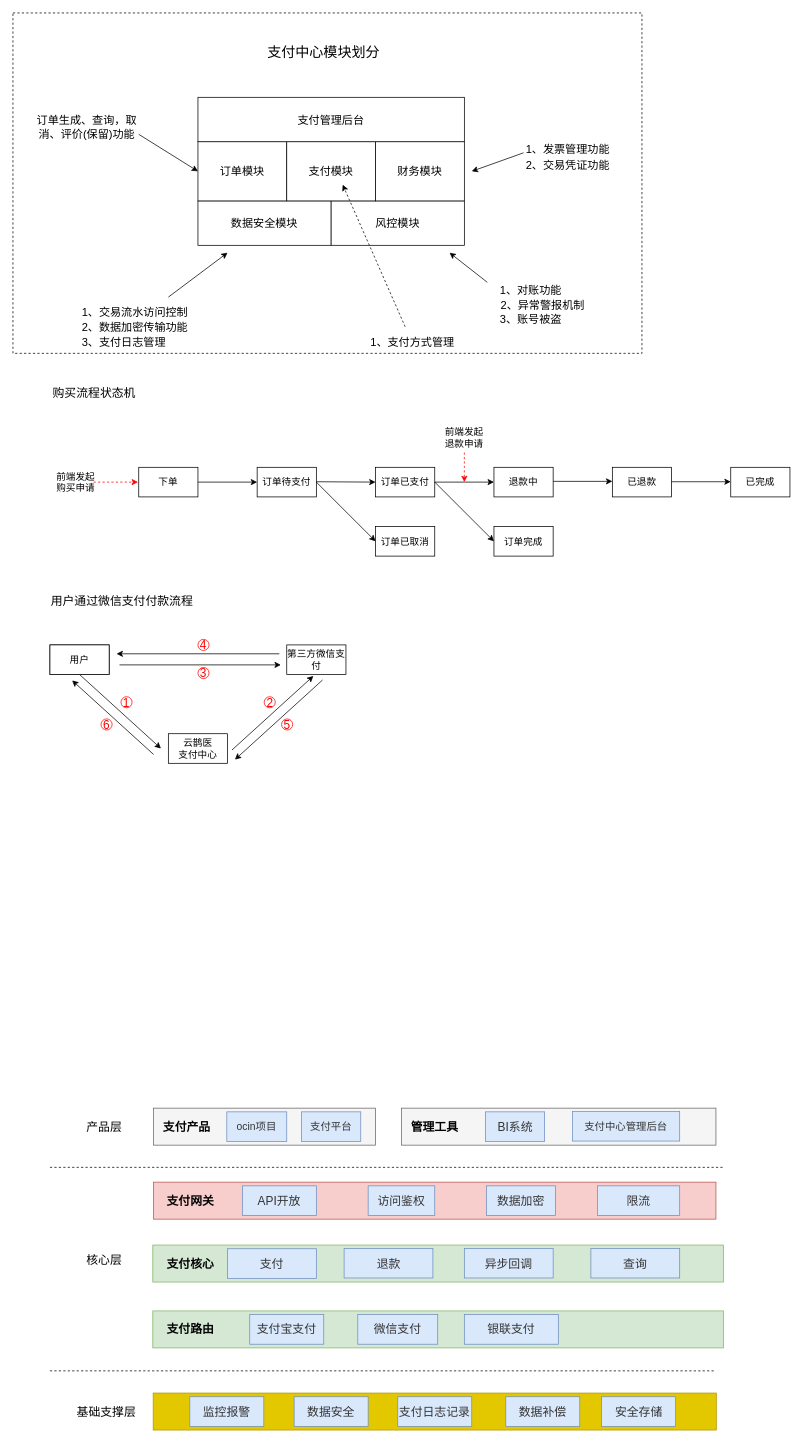
Earlier version of the draw.io diagram 支付中心.drawio (chenrushui/draw). Source tidied: cells renumbered, new cells numbered last; positions are measured from the earlier drawing's top-left corner, leaving out a move shared by most shapes. Both pictures are drawn from the tidied source at 74%, with x=0, y=0 at pixel (13, 13).
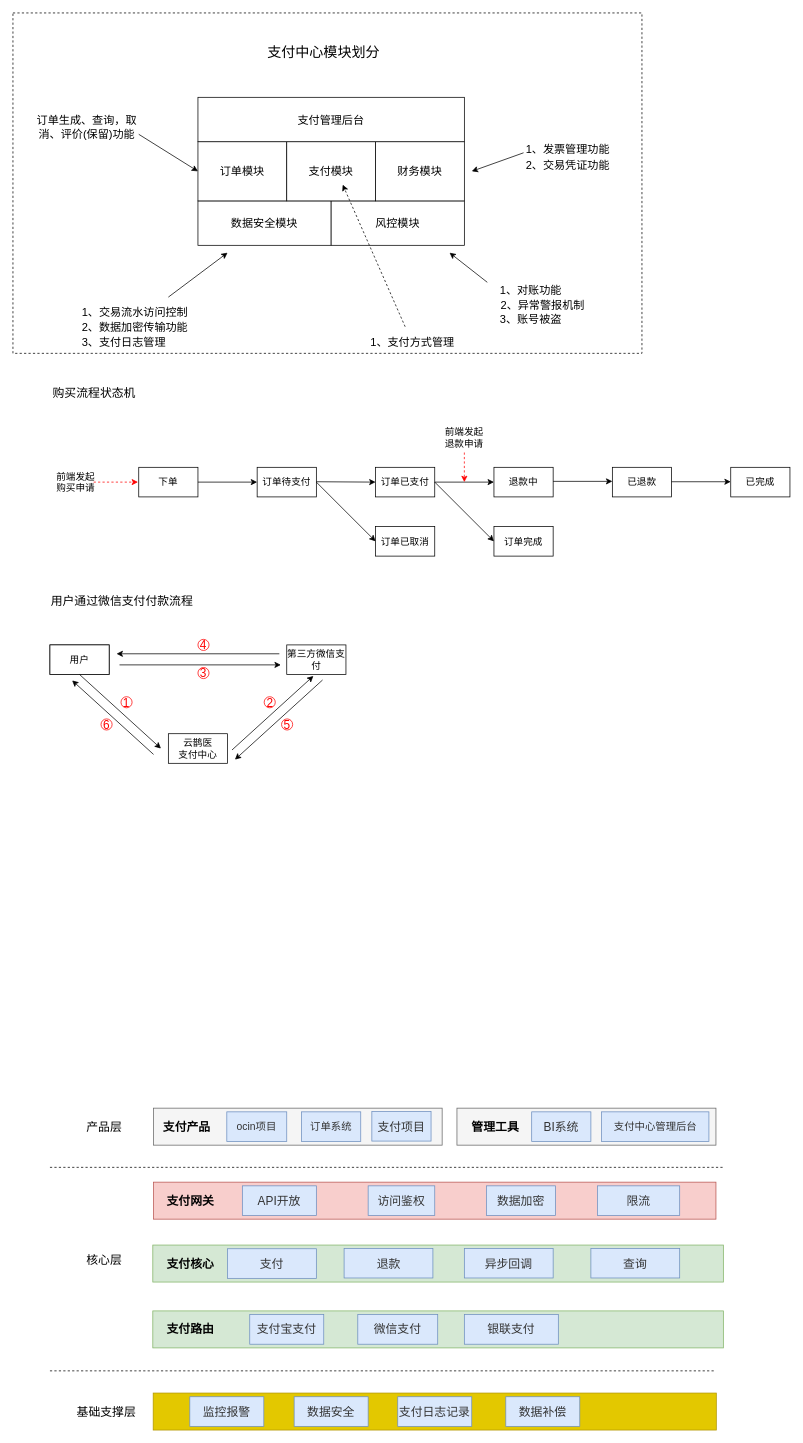
The same page after the edit.

The edit, as a diff of the source:
```diff
@@
     <mxCell id="2" style="rounded=0;whiteSpace=wrap;html=1;fontSize=16;fillColor=#f5f5f5;strokeColor=#666666;fontColor=#333333;" parent="1" vertex="1">
-      <mxGeometry x="525" y="1480" width="425" height="50" as="geometry" />
+      <mxGeometry x="600" y="1480" width="350" height="50" as="geometry" />
     </mxCell>
     <mxCell id="3" style="rounded=0;whiteSpace=wrap;html=1;fontSize=16;fillColor=#f5f5f5;strokeColor=#666666;fontColor=#333333;" parent="1" vertex="1">
-      <mxGeometry x="190" y="1480" width="300" height="50" as="geometry" />
+      <mxGeometry x="190" y="1480" width="390" height="50" as="geometry" />
     </mxCell>
@@
     <mxCell id="70" value="&lt;p class=&quot;MsoNormal&quot; style=&quot;font-size: 14px&quot;&gt;&lt;font color=&quot;#333333&quot;&gt;&lt;span style=&quot;&quot;&gt;支付中心管理后台&lt;/span&gt;&lt;/font&gt;&lt;/p&gt;" style="rounded=0;whiteSpace=wrap;html=1;fontSize=16;fillColor=#dae8fc;strokeColor=#6c8ebf;labelBackgroundColor=none;" parent="1" vertex="1">
-      <mxGeometry x="756" y="1484.5" width="145" height="40" as="geometry" />
+      <mxGeometry x="795.5" y="1485" width="145" height="40" as="geometry" />
     </mxCell>
-    <mxCell id="71" value="&lt;p class=&quot;MsoNormal&quot; style=&quot;font-size: 14px&quot;&gt;&lt;font color=&quot;#333333&quot;&gt;&lt;span&gt;支付平台&lt;/span&gt;&lt;/font&gt;&lt;/p&gt;" style="rounded=0;whiteSpace=wrap;html=1;fontSize=16;fillColor=#dae8fc;strokeColor=#6c8ebf;labelBackgroundColor=none;" parent="1" vertex="1">
+    <mxCell id="71" value="&lt;p class=&quot;MsoNormal&quot; style=&quot;font-size: 14px&quot;&gt;&lt;font color=&quot;#333333&quot;&gt;&lt;span&gt;订单系统&lt;/span&gt;&lt;/font&gt;&lt;/p&gt;" style="rounded=0;whiteSpace=wrap;html=1;fontSize=16;fillColor=#dae8fc;strokeColor=#6c8ebf;labelBackgroundColor=none;" parent="1" vertex="1">
       <mxGeometry x="390" y="1485" width="80" height="40" as="geometry" />
     </mxCell>
     <mxCell id="72" value="&lt;font color=&quot;#333333&quot;&gt;BI系统&lt;/font&gt;" style="rounded=0;whiteSpace=wrap;html=1;fontSize=16;fillColor=#dae8fc;strokeColor=#6c8ebf;labelBackgroundColor=none;" parent="1" vertex="1">
-      <mxGeometry x="638.5" y="1485" width="80" height="40" as="geometry" />
+      <mxGeometry x="701" y="1485" width="80" height="40" as="geometry" />
     </mxCell>
@@
     <mxCell id="74" value="管理工具" style="text;html=1;strokeColor=none;fillColor=none;align=center;verticalAlign=middle;whiteSpace=wrap;rounded=0;labelBackgroundColor=none;fontSize=16;fontStyle=1;" parent="1" vertex="1">
-      <mxGeometry x="535" y="1495" width="70" height="20" as="geometry" />
+      <mxGeometry x="617" y="1495" width="70" height="20" as="geometry" />
     </mxCell>
@@
-    <mxCell id="94" value="&lt;font color=&quot;#333333&quot;&gt;安全存储&lt;/font&gt;" style="rounded=0;whiteSpace=wrap;html=1;fontSize=16;fillColor=#dae8fc;strokeColor=#6c8ebf;labelBackgroundColor=none;" parent="1" vertex="1">
-      <mxGeometry x="795.5" y="1870" width="100" height="40" as="geometry" />
-    </mxCell>
@@
+    <mxCell id="98" value="&lt;font color=&quot;#333333&quot;&gt;支付项目&lt;/font&gt;" style="rounded=0;whiteSpace=wrap;html=1;fontSize=16;fillColor=#dae8fc;strokeColor=#6c8ebf;labelBackgroundColor=none;" parent="1" vertex="1">
+      <mxGeometry x="485" y="1484.5" width="80" height="40" as="geometry" />
+    </mxCell>
```
